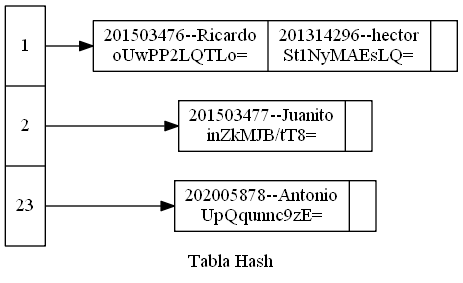
Before: EDD_Proyecto2/Reportes/Hash.png, a diagram exported from Graphviz (hr9457/EDD_1S2020_PY2_201314296). Its source is kept beside it as EDD_Proyecto2/ArchivosDot/Hash.dot.
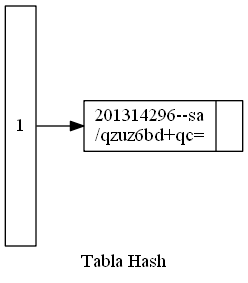
Later version of the same file.

Change to the diagram source:
```diff
@@ -2,13 +2,9 @@
 nodesep=0.08;
 rankdir=LR;
 node [shape=record,width=0.1,height=0.1];
-nodo0 [label = "  <f0>1| <f1>2| <f2>23 " , height=2.5];
-nodo1[label = " {201503476--Ricardo\noUwPP2LQTLo=|201314296--hector\nSt1NyMAEsLQ=|}"];
-nodo2[label = " {201503477--Juanito\ninZkMJB/tT8=|}"];
-nodo3[label = " {202005878--Antonio\nUpQqunnc9zE=|}"];
+nodo0 [label = "  <f0>1 " , height=2.5];
+nodo1[label = " {201314296--sa\n/qzuz6bd+qc=|}"];
 
 nodo0:f0->nodo1
-nodo0:f1->nodo2
-nodo0:f2->nodo3
 label = " Tabla Hash ";
 }
```
